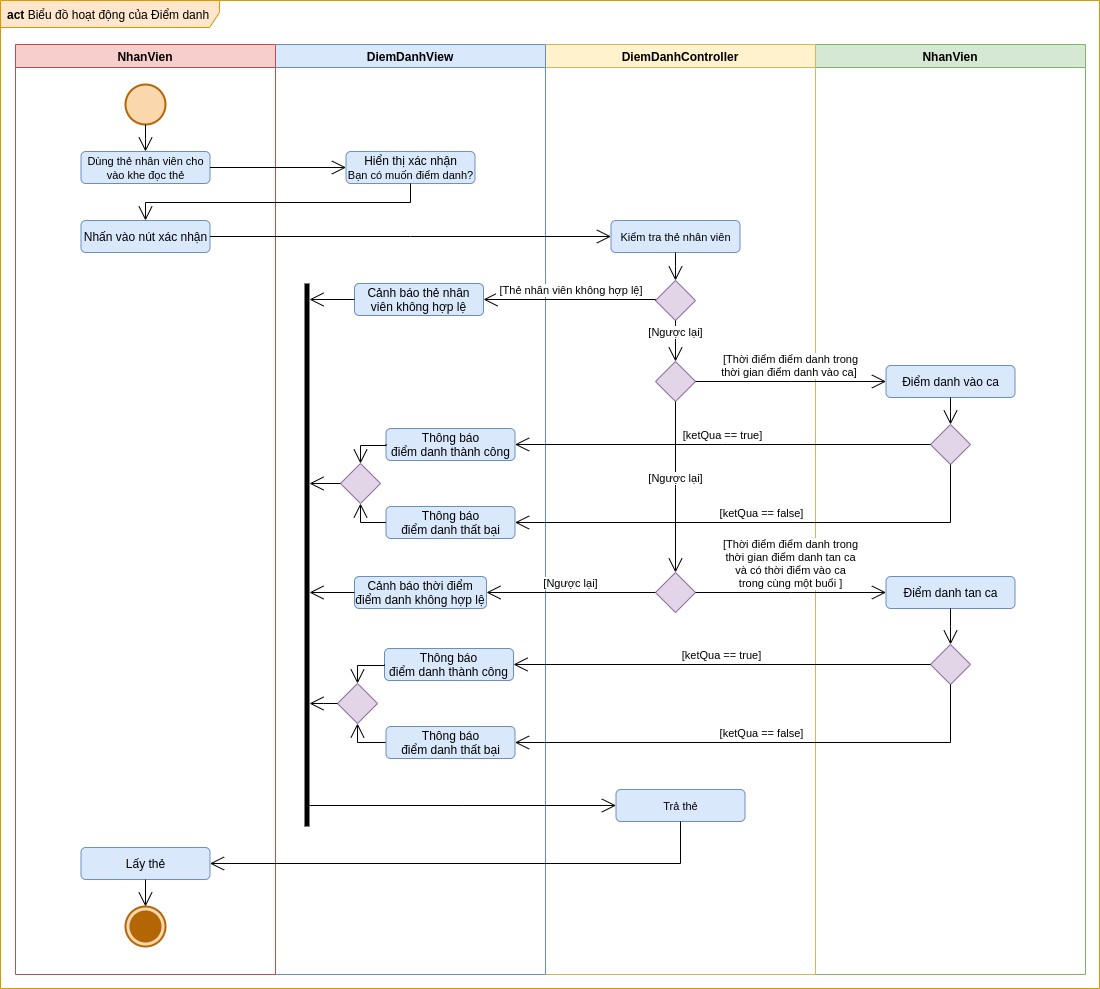
Above: images/Activity Diagram/Attendance.png in luclegen/medicine16 (draw.io), before the change. Source tidied: cells renumbered, new cells last; positions are measured from the earlier drawing's top-left corner, leaving out a move shared by most shapes.
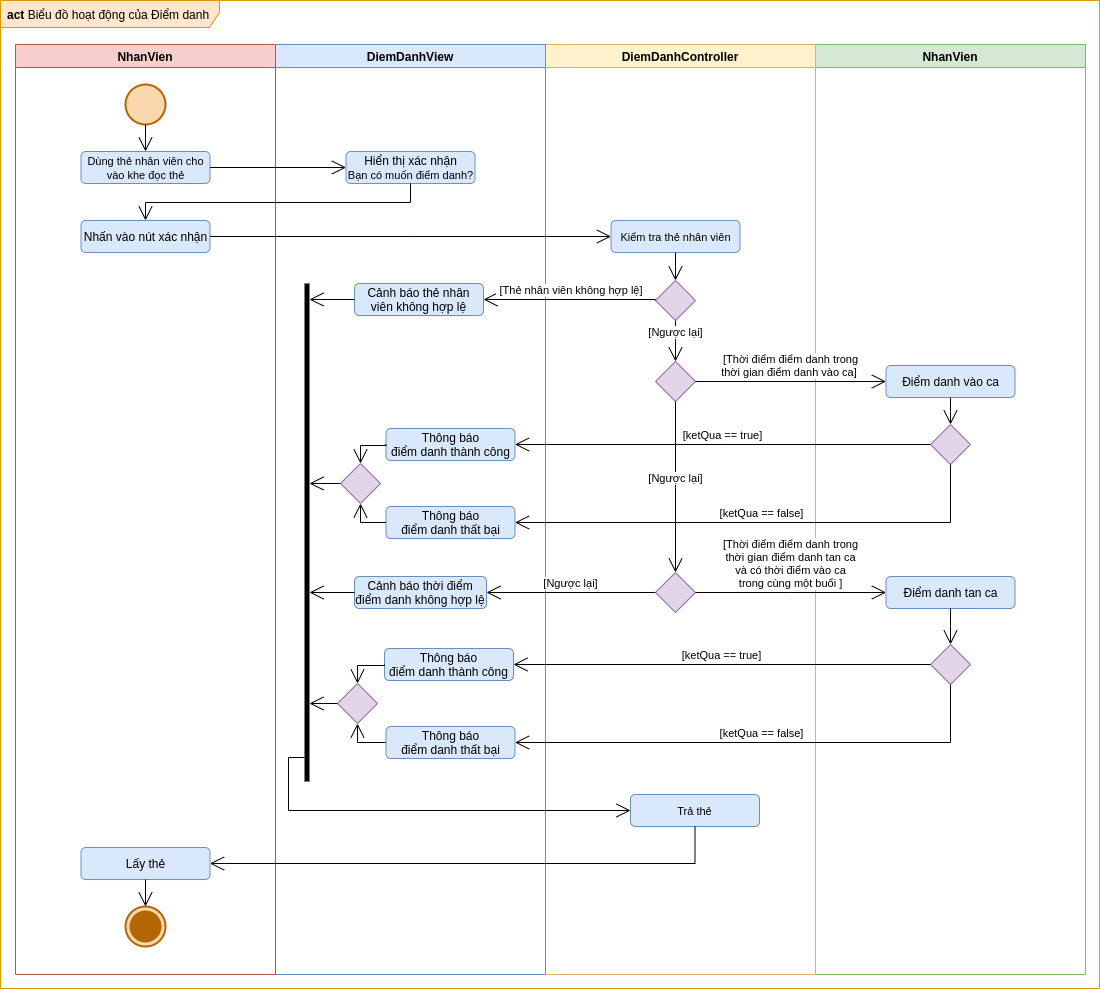
Later version of the same file.

Change to the diagram source:
```diff
@@ -40,9 +40,6 @@
     <mxCell id="13" style="shape=rhombus;html=1;verticalLabelPosition=bottom;verticalAlignment=top;fillColor=#e1d5e7;strokeColor=#9673a6;" parent="8" vertex="1">
       <mxGeometry x="110" y="317" width="40" height="40" as="geometry" />
     </mxCell>
-    <mxCell id="14" value="&lt;span style=&quot;font-size: 11px&quot;&gt;Trả thẻ&lt;/span&gt;" style="shape=rect;html=1;rounded=1;whiteSpace=wrap;align=center;fillColor=#dae8fc;strokeColor=#6c8ebf;" parent="8" vertex="1">
-      <mxGeometry x="70.5" y="745" width="129" height="32" as="geometry" />
-    </mxCell>
     <mxCell id="15" style="shape=rhombus;html=1;verticalLabelPosition=bottom;verticalAlignment=top;fillColor=#e1d5e7;strokeColor=#9673a6;" parent="8" vertex="1">
       <mxGeometry x="110" y="528" width="40" height="40" as="geometry" />
     </mxCell>
@@ -172,15 +169,15 @@
         </Array>
       </mxGeometry>
     </mxCell>
-    <mxCell id="50" style="html=1;points=[];perimeter=orthogonalPerimeter;fillColor=#000000;strokeColor=none;" parent="1" vertex="1">
-      <mxGeometry x="304" y="283" width="5" height="543" as="geometry" />
-    </mxCell>
-    <mxCell id="51" style="edgeStyle=elbowEdgeStyle;html=1;elbow=vertical;endArrow=open;rounded=0;verticalAlign=bottom;endSize=12;exitX=0;exitY=0.5;exitDx=0;exitDy=0;" parent="1" edge="1" source="47" target="50">
-      <mxGeometry relative="1" as="geometry" />
-    </mxCell>
-    <mxCell id="52" style="edgeStyle=elbowEdgeStyle;html=1;elbow=vertical;endArrow=open;rounded=0;verticalAlign=bottom;endSize=12;exitX=0;exitY=0.5;exitDx=0;exitDy=0;" parent="1" edge="1" source="21" target="50">
-      <mxGeometry relative="1" as="geometry" />
-    </mxCell>
+    <mxCell id="59" style="html=1;points=[];perimeter=orthogonalPerimeter;fillColor=#000000;strokeColor=none;" parent="1" vertex="1">
+      <mxGeometry x="304" y="283" width="5" height="498" as="geometry" />
+    </mxCell>
+    <mxCell id="60" style="edgeStyle=elbowEdgeStyle;html=1;elbow=vertical;endArrow=open;rounded=0;verticalAlign=bottom;endSize=12;exitX=0;exitY=0.5;exitDx=0;exitDy=0;" parent="1" edge="1" source="47" target="59">
+      <mxGeometry relative="1" as="geometry" />
+    </mxCell>
+    <mxCell id="61" style="edgeStyle=elbowEdgeStyle;html=1;elbow=vertical;endArrow=open;rounded=0;verticalAlign=bottom;endSize=12;exitX=0;exitY=0.5;exitDx=0;exitDy=0;" parent="1" edge="1" source="21" target="59">
+      <mxGeometry relative="1" as="geometry" />
+    </mxCell>
     <mxCell id="53" value="&amp;nbsp;[Thẻ nhân viên không hợp lệ]" style="edgeStyle=elbowEdgeStyle;html=1;elbow=vertical;verticalAlign=bottom;endArrow=open;rounded=0;endSize=12;align=center;exitX=0;exitY=0.5;exitDx=0;exitDy=0;entryX=1;entryY=0.5;entryDx=0;entryDy=0;" parent="1" edge="1" source="10" target="18">
       <mxGeometry relative="1" as="geometry">
         <Array as="points">
@@ -188,12 +185,32 @@
         </Array>
       </mxGeometry>
     </mxCell>
-    <mxCell id="54" style="edgeStyle=elbowEdgeStyle;html=1;elbow=vertical;endArrow=open;rounded=0;verticalAlign=bottom;endSize=12;exitX=0;exitY=0.5;exitDx=0;exitDy=0;" parent="1" edge="1" source="18" target="50">
-      <mxGeometry relative="1" as="geometry" />
-    </mxCell>
-    <mxCell id="55" style="edgeStyle=elbowEdgeStyle;html=1;elbow=vertical;endArrow=open;rounded=0;verticalAlign=bottom;endSize=12;entryX=0;entryY=0.5;entryDx=0;entryDy=0;" parent="1" edge="1" source="50" target="14">
-      <mxGeometry relative="1" as="geometry" />
-    </mxCell>
+    <mxCell id="62" style="edgeStyle=elbowEdgeStyle;html=1;elbow=vertical;endArrow=open;rounded=0;verticalAlign=bottom;endSize=12;exitX=0;exitY=0.5;exitDx=0;exitDy=0;" parent="1" edge="1" source="18" target="59">
+      <mxGeometry relative="1" as="geometry" />
+    </mxCell>
+    <mxCell id="63" style="edgeStyle=elbowEdgeStyle;html=1;elbow=vertical;endArrow=open;rounded=0;verticalAlign=bottom;endSize=12;entryX=0;entryY=0.5;entryDx=0;entryDy=0;" parent="1" edge="1" source="59" target="14">
+      <mxGeometry relative="1" as="geometry">
+        <Array as="points">
+          <mxPoint x="288" y="757" />
+          <mxPoint x="449" y="826" />
+          <mxPoint x="273" y="820" />
+          <mxPoint x="339" y="848" />
+          <mxPoint x="278" y="826" />
+          <mxPoint x="336" y="834" />
+          <mxPoint x="285" y="812" />
+          <mxPoint x="285" y="830" />
+        </Array>
+      </mxGeometry>
+    </mxCell>
+    <mxCell id="57" value="[Ngược lại]" style="edgeStyle=elbowEdgeStyle;html=1;elbow=vertical;verticalAlign=bottom;endArrow=open;rounded=0;endSize=12;align=center;entryX=1;entryY=0.5;entryDx=0;entryDy=0;exitX=0;exitY=0.5;exitDx=0;exitDy=0;" parent="1" edge="1" source="15" target="26">
+      <mxGeometry relative="1" as="geometry" />
+    </mxCell>
+    <mxCell id="64" style="edgeStyle=elbowEdgeStyle;html=1;elbow=vertical;endArrow=open;rounded=0;verticalAlign=bottom;endSize=12;exitX=0;exitY=0.5;exitDx=0;exitDy=0;" parent="1" edge="1" source="26" target="59">
+      <mxGeometry relative="1" as="geometry" />
+    </mxCell>
+    <mxCell id="14" value="&lt;span style=&quot;font-size: 11px&quot;&gt;Trả thẻ&lt;/span&gt;" style="shape=rect;html=1;rounded=1;whiteSpace=wrap;align=center;fillColor=#dae8fc;strokeColor=#6c8ebf;" parent="1" vertex="1">
+      <mxGeometry x="630" y="794" width="129" height="32" as="geometry" />
+    </mxCell>
     <mxCell id="56" style="edgeStyle=elbowEdgeStyle;html=1;elbow=vertical;endArrow=open;rounded=0;verticalAlign=bottom;endSize=12;exitX=0.5;exitY=1;exitDx=0;exitDy=0;entryX=1;entryY=0.5;entryDx=0;entryDy=0;" parent="1" edge="1" source="14" target="32">
       <mxGeometry relative="1" as="geometry">
         <Array as="points">
@@ -201,11 +218,5 @@
         </Array>
       </mxGeometry>
     </mxCell>
-    <mxCell id="57" value="[Ngược lại]" style="edgeStyle=elbowEdgeStyle;html=1;elbow=vertical;verticalAlign=bottom;endArrow=open;rounded=0;endSize=12;align=center;entryX=1;entryY=0.5;entryDx=0;entryDy=0;exitX=0;exitY=0.5;exitDx=0;exitDy=0;" parent="1" edge="1" source="15" target="26">
-      <mxGeometry relative="1" as="geometry" />
-    </mxCell>
-    <mxCell id="58" style="edgeStyle=elbowEdgeStyle;html=1;elbow=vertical;endArrow=open;rounded=0;verticalAlign=bottom;endSize=12;exitX=0;exitY=0.5;exitDx=0;exitDy=0;" parent="1" edge="1" source="26" target="50">
-      <mxGeometry relative="1" as="geometry" />
-    </mxCell>
   </root>
 </mxGraphModel>
```
